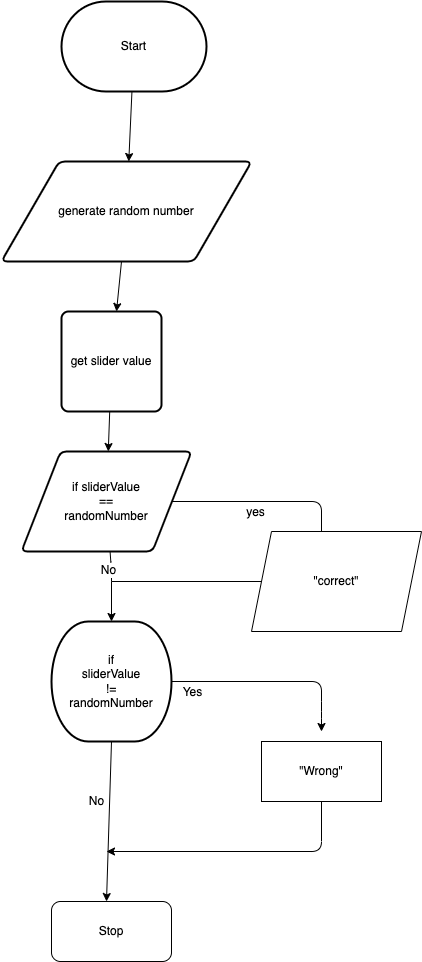
Allen-Li-hub/ICS2O-Unit5-03-HTML keeps this draw.io diagram as design/flow-chart.png. Above is the earlier version. Source tidied: cells renumbered, new cells last; positions are measured from the earlier drawing's top-left corner, leaving out a move shared by most shapes. The source it was exported from:
```xml
<mxGraphModel>
  <root>
    <mxCell id="0" />
    <mxCell id="1" parent="0" />
    <mxCell id="2" style="edgeStyle=none;html=1;" parent="1" edge="1" source="3" target="5">
      <mxGeometry relative="1" as="geometry" />
    </mxCell>
    <mxCell id="3" value="Start" style="strokeWidth=2;html=1;shape=mxgraph.flowchart.terminator;whiteSpace=wrap;" parent="1" vertex="1">
      <mxGeometry x="60" width="145" height="90" as="geometry" />
    </mxCell>
    <mxCell id="4" style="edgeStyle=none;html=1;" parent="1" edge="1" source="5" target="7">
      <mxGeometry relative="1" as="geometry" />
    </mxCell>
    <mxCell id="5" value="generate random number" style="shape=parallelogram;html=1;strokeWidth=2;perimeter=parallelogramPerimeter;whiteSpace=wrap;rounded=1;arcSize=12;size=0.23;" parent="1" vertex="1">
      <mxGeometry y="160" width="250" height="100" as="geometry" />
    </mxCell>
    <mxCell id="6" style="edgeStyle=none;html=1;" parent="1" edge="1" source="7" target="12">
      <mxGeometry relative="1" as="geometry" />
    </mxCell>
    <mxCell id="7" value="get slider value" style="rounded=1;whiteSpace=wrap;html=1;absoluteArcSize=1;arcSize=14;strokeWidth=2;" parent="1" vertex="1">
      <mxGeometry x="60" y="310" width="100" height="100" as="geometry" />
    </mxCell>
    <mxCell id="8" style="edgeStyle=none;html=1;" parent="1" edge="1" source="12" target="17">
      <mxGeometry relative="1" as="geometry">
        <Array as="points">
          <mxPoint x="110" y="570" />
        </Array>
      </mxGeometry>
    </mxCell>
    <mxCell id="9" value="No" style="edgeLabel;html=1;align=center;verticalAlign=middle;" parent="8" vertex="1">
      <mxGeometry x="-0.49" y="-3" relative="1" as="geometry" />
    </mxCell>
    <mxCell id="10" style="edgeStyle=none;html=1;" parent="1" edge="1" source="12">
      <mxGeometry relative="1" as="geometry">
        <mxPoint x="320" y="550" as="targetPoint" />
        <Array as="points">
          <mxPoint x="320" y="500" />
        </Array>
      </mxGeometry>
    </mxCell>
    <mxCell id="11" value="yes" style="edgeLabel;html=1;align=center;verticalAlign=middle;" parent="10" vertex="1">
      <mxGeometry x="0.46" relative="1" as="geometry">
        <mxPoint x="-63" y="10" as="offset" />
      </mxGeometry>
    </mxCell>
    <mxCell id="12" value="if sliderValue&lt;br&gt;==&lt;br&gt;randomNumber" style="shape=parallelogram;html=1;strokeWidth=2;perimeter=parallelogramPerimeter;whiteSpace=wrap;rounded=1;arcSize=12;size=0.23;" parent="1" vertex="1">
      <mxGeometry x="20" y="450" width="170" height="100" as="geometry" />
    </mxCell>
    <mxCell id="13" style="edgeStyle=none;html=1;exitX=1;exitY=0.5;exitDx=0;exitDy=0;exitPerimeter=0;" parent="1" edge="1" source="17">
      <mxGeometry relative="1" as="geometry">
        <mxPoint x="320" y="730" as="targetPoint" />
        <Array as="points">
          <mxPoint x="320" y="680" />
          <mxPoint x="320" y="710" />
        </Array>
      </mxGeometry>
    </mxCell>
    <mxCell id="14" value="Yes" style="edgeLabel;html=1;align=center;verticalAlign=middle;points=[];" parent="13" vertex="1">
      <mxGeometry x="-0.43" y="-1" relative="1" as="geometry">
        <mxPoint x="-37" y="9" as="offset" />
      </mxGeometry>
    </mxCell>
    <mxCell id="15" style="edgeStyle=none;html=1;exitX=0.5;exitY=1;exitDx=0;exitDy=0;exitPerimeter=0;" parent="1" edge="1" source="17">
      <mxGeometry relative="1" as="geometry">
        <mxPoint x="105" y="900" as="targetPoint" />
      </mxGeometry>
    </mxCell>
    <mxCell id="16" value="No" style="edgeLabel;html=1;align=center;verticalAlign=middle;points=[];" parent="15" vertex="1">
      <mxGeometry x="-0.43" relative="1" as="geometry">
        <mxPoint x="-14" y="14" as="offset" />
      </mxGeometry>
    </mxCell>
    <mxCell id="17" value="if&lt;br&gt;sliderValue&lt;br&gt;!=&lt;br&gt;randomNumber" style="strokeWidth=2;html=1;shape=mxgraph.flowchart.terminator;whiteSpace=wrap;" parent="1" vertex="1">
      <mxGeometry x="50" y="620" width="120" height="120" as="geometry" />
    </mxCell>
    <mxCell id="18" value="&quot;correct&quot;" style="shape=parallelogram;perimeter=parallelogramPerimeter;whiteSpace=wrap;html=1;fixedSize=1;" parent="1" vertex="1">
      <mxGeometry x="250" y="530" width="170" height="100" as="geometry" />
    </mxCell>
    <mxCell id="19" style="endArrow=none;html=1;entryX=0;entryY=0.5;entryDx=0;entryDy=0;" parent="1" edge="1" target="18">
      <mxGeometry relative="1" as="geometry">
        <mxPoint x="110" y="580" as="sourcePoint" />
      </mxGeometry>
    </mxCell>
    <mxCell id="20" style="edgeStyle=none;html=1;exitX=0.5;exitY=1;exitDx=0;exitDy=0;" parent="1" edge="1" source="21">
      <mxGeometry relative="1" as="geometry">
        <mxPoint x="105" y="850" as="targetPoint" />
        <Array as="points">
          <mxPoint x="320" y="850" />
        </Array>
      </mxGeometry>
    </mxCell>
    <mxCell id="21" value="&quot;Wrong&quot;" style="rounded=0;whiteSpace=wrap;html=1;" parent="1" vertex="1">
      <mxGeometry x="260" y="740" width="120" height="60" as="geometry" />
    </mxCell>
    <mxCell id="22" value="Stop" style="rounded=1;whiteSpace=wrap;html=1;" parent="1" vertex="1">
      <mxGeometry x="50" y="900" width="120" height="60" as="geometry" />
    </mxCell>
  </root>
</mxGraphModel>
```
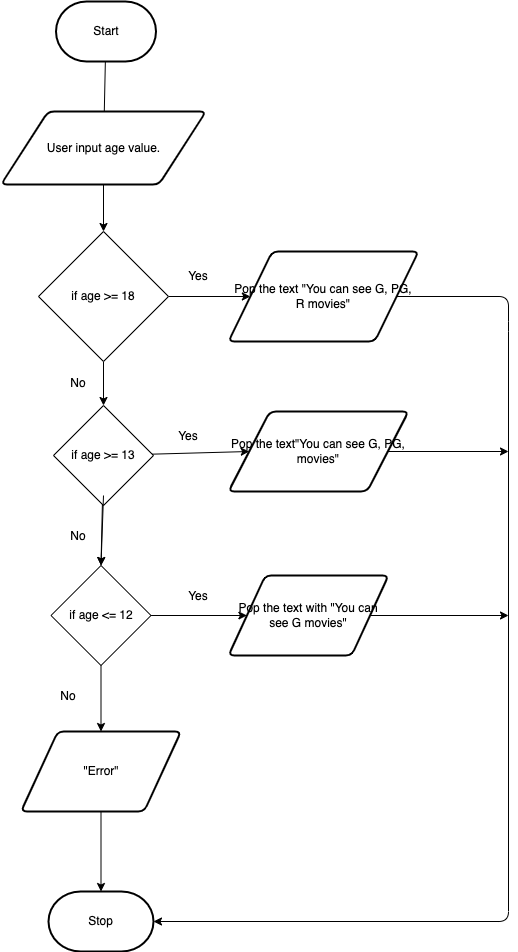
The same diagram one commit later.

The edit, as a diff of the source:
```diff
@@ -2,98 +2,106 @@
   <root>
     <mxCell id="0" />
     <mxCell id="1" parent="0" />
-    <mxCell id="2" style="edgeStyle=none;html=1;" parent="1" edge="1" source="3" target="5">
-      <mxGeometry relative="1" as="geometry" />
+    <mxCell id="2" style="edgeStyle=none;html=1;" parent="1" edge="1" source="3">
+      <mxGeometry relative="1" as="geometry">
+        <mxPoint x="140" y="207" as="targetPoint" />
+      </mxGeometry>
     </mxCell>
     <mxCell id="3" value="Start" style="strokeWidth=2;html=1;shape=mxgraph.flowchart.terminator;whiteSpace=wrap;" parent="1" vertex="1">
-      <mxGeometry x="60" width="145" height="90" as="geometry" />
+      <mxGeometry x="92.5" y="60" width="100" height="60" as="geometry" />
     </mxCell>
-    <mxCell id="4" style="edgeStyle=none;html=1;" parent="1" edge="1" source="5" target="7">
-      <mxGeometry relative="1" as="geometry" />
-    </mxCell>
-    <mxCell id="5" value="generate random number" style="shape=parallelogram;html=1;strokeWidth=2;perimeter=parallelogramPerimeter;whiteSpace=wrap;rounded=1;arcSize=12;size=0.23;" parent="1" vertex="1">
-      <mxGeometry y="160" width="250" height="100" as="geometry" />
-    </mxCell>
-    <mxCell id="6" style="edgeStyle=none;html=1;" parent="1" edge="1" source="7" target="12">
-      <mxGeometry relative="1" as="geometry" />
-    </mxCell>
-    <mxCell id="7" value="get slider value" style="rounded=1;whiteSpace=wrap;html=1;absoluteArcSize=1;arcSize=14;strokeWidth=2;" parent="1" vertex="1">
-      <mxGeometry x="60" y="310" width="100" height="100" as="geometry" />
-    </mxCell>
-    <mxCell id="8" style="edgeStyle=none;html=1;" parent="1" edge="1" source="12" target="17">
-      <mxGeometry relative="1" as="geometry">
-        <Array as="points">
-          <mxPoint x="110" y="570" />
-        </Array>
-      </mxGeometry>
+    <mxCell id="8" style="edgeStyle=none;html=1;startArrow=none;" parent="1" edge="1" source="39" target="17">
+      <mxGeometry relative="1" as="geometry" />
     </mxCell>
-    <mxCell id="9" value="No" style="edgeLabel;html=1;align=center;verticalAlign=middle;" parent="8" vertex="1">
-      <mxGeometry x="-0.49" y="-3" relative="1" as="geometry" />
-    </mxCell>
-    <mxCell id="10" style="edgeStyle=none;html=1;" parent="1" edge="1" source="12">
-      <mxGeometry relative="1" as="geometry">
-        <mxPoint x="320" y="550" as="targetPoint" />
-        <Array as="points">
-          <mxPoint x="320" y="500" />
-        </Array>
-      </mxGeometry>
-    </mxCell>
-    <mxCell id="11" value="yes" style="edgeLabel;html=1;align=center;verticalAlign=middle;" parent="10" vertex="1">
-      <mxGeometry x="0.46" relative="1" as="geometry">
-        <mxPoint x="-63" y="10" as="offset" />
-      </mxGeometry>
-    </mxCell>
-    <mxCell id="12" value="if sliderValue&lt;br&gt;==&lt;br&gt;randomNumber" style="shape=parallelogram;html=1;strokeWidth=2;perimeter=parallelogramPerimeter;whiteSpace=wrap;rounded=1;arcSize=12;size=0.23;" parent="1" vertex="1">
-      <mxGeometry x="20" y="450" width="170" height="100" as="geometry" />
-    </mxCell>
-    <mxCell id="13" style="edgeStyle=none;html=1;exitX=1;exitY=0.5;exitDx=0;exitDy=0;exitPerimeter=0;" parent="1" edge="1" source="17">
-      <mxGeometry relative="1" as="geometry">
-        <mxPoint x="320" y="730" as="targetPoint" />
-        <Array as="points">
-          <mxPoint x="320" y="680" />
-          <mxPoint x="320" y="710" />
-        </Array>
-      </mxGeometry>
-    </mxCell>
-    <mxCell id="14" value="Yes" style="edgeLabel;html=1;align=center;verticalAlign=middle;points=[];" parent="13" vertex="1">
-      <mxGeometry x="-0.43" y="-1" relative="1" as="geometry">
-        <mxPoint x="-37" y="9" as="offset" />
-      </mxGeometry>
-    </mxCell>
-    <mxCell id="15" style="edgeStyle=none;html=1;exitX=0.5;exitY=1;exitDx=0;exitDy=0;exitPerimeter=0;" parent="1" edge="1" source="17">
-      <mxGeometry relative="1" as="geometry">
-        <mxPoint x="105" y="900" as="targetPoint" />
-      </mxGeometry>
-    </mxCell>
-    <mxCell id="16" value="No" style="edgeLabel;html=1;align=center;verticalAlign=middle;points=[];" parent="15" vertex="1">
-      <mxGeometry x="-0.43" relative="1" as="geometry">
-        <mxPoint x="-14" y="14" as="offset" />
-      </mxGeometry>
-    </mxCell>
-    <mxCell id="17" value="if&lt;br&gt;sliderValue&lt;br&gt;!=&lt;br&gt;randomNumber" style="strokeWidth=2;html=1;shape=mxgraph.flowchart.terminator;whiteSpace=wrap;" parent="1" vertex="1">
-      <mxGeometry x="50" y="620" width="120" height="120" as="geometry" />
+    <mxCell id="17" value="Stop" style="strokeWidth=2;html=1;shape=mxgraph.flowchart.terminator;whiteSpace=wrap;" parent="1" vertex="1">
+      <mxGeometry x="85" y="950" width="105" height="60" as="geometry" />
     </mxCell>
+    <mxCell id="23" style="edgeStyle=none;html=1;entryX=0.5;entryY=0;entryDx=0;entryDy=0;" parent="1" edge="1" source="18" target="25">
+      <mxGeometry relative="1" as="geometry" />
+    </mxCell>
-    <mxCell id="18" value="&quot;correct&quot;" style="shape=parallelogram;perimeter=parallelogramPerimeter;whiteSpace=wrap;html=1;fixedSize=1;" parent="1" vertex="1">
-      <mxGeometry x="250" y="530" width="170" height="100" as="geometry" />
+    <mxCell id="18" value="User input age value." style="shape=parallelogram;html=1;strokeWidth=2;perimeter=parallelogramPerimeter;whiteSpace=wrap;rounded=1;arcSize=12;size=0.23;" parent="1" vertex="1">
+      <mxGeometry x="37.5" y="170" width="205" height="73" as="geometry" />
     </mxCell>
-    <mxCell id="19" style="endArrow=none;html=1;entryX=0;entryY=0.5;entryDx=0;entryDy=0;" parent="1" edge="1" target="18">
-      <mxGeometry relative="1" as="geometry">
-        <mxPoint x="110" y="580" as="sourcePoint" />
-      </mxGeometry>
+    <mxCell id="19" style="edgeStyle=none;html=1;entryX=0;entryY=0.5;entryDx=0;entryDy=0;" parent="1" edge="1" source="25" target="27">
+      <mxGeometry relative="1" as="geometry" />
     </mxCell>
+    <mxCell id="24" style="edgeStyle=none;html=1;entryX=0.5;entryY=0;entryDx=0;entryDy=0;" parent="1" edge="1" source="25" target="21">
+      <mxGeometry relative="1" as="geometry" />
+    </mxCell>
+    <mxCell id="25" value="if age &amp;gt;= 18" style="rhombus;whiteSpace=wrap;html=1;" parent="1" vertex="1">
+      <mxGeometry x="75" y="290" width="130" height="130" as="geometry" />
+    </mxCell>
+    <mxCell id="26" style="edgeStyle=none;html=1;entryX=1;entryY=0.5;entryDx=0;entryDy=0;entryPerimeter=0;" parent="1" edge="1" source="27" target="17">
+      <mxGeometry relative="1" as="geometry">
+        <Array as="points">
+          <mxPoint x="545" y="355" />
+          <mxPoint x="545" y="380" />
+          <mxPoint x="545" y="980" />
+        </Array>
+      </mxGeometry>
+    </mxCell>
+    <mxCell id="27" value="Pop the text &quot;You can see G, PG, R movies&quot;" style="shape=parallelogram;html=1;strokeWidth=2;perimeter=parallelogramPerimeter;whiteSpace=wrap;rounded=1;arcSize=12;size=0.23;" parent="1" vertex="1">
+      <mxGeometry x="265" y="310" width="190" height="90" as="geometry" />
+    </mxCell>
+    <mxCell id="13" style="edgeStyle=none;html=1;entryX=0;entryY=0.5;entryDx=0;entryDy=0;" parent="1" edge="1" source="21" target="14">
+      <mxGeometry relative="1" as="geometry" />
+    </mxCell>
+    <mxCell id="28" style="edgeStyle=none;html=1;entryX=0.5;entryY=0;entryDx=0;entryDy=0;" parent="1" edge="1" source="21" target="16">
+      <mxGeometry relative="1" as="geometry" />
+    </mxCell>
+    <mxCell id="21" value="if age &amp;gt;= 13" style="rhombus;whiteSpace=wrap;html=1;" parent="1" vertex="1">
+      <mxGeometry x="90" y="464" width="100" height="100" as="geometry" />
+    </mxCell>
+    <mxCell id="29" style="edgeStyle=none;html=1;" parent="1" edge="1" source="14">
+      <mxGeometry relative="1" as="geometry">
+        <mxPoint x="545" y="510" as="targetPoint" />
+      </mxGeometry>
+    </mxCell>
+    <mxCell id="14" value="Pop the text&quot;You can see G, PG, movies&quot;" style="shape=parallelogram;html=1;strokeWidth=2;perimeter=parallelogramPerimeter;whiteSpace=wrap;rounded=1;arcSize=12;size=0.23;" parent="1" vertex="1">
+      <mxGeometry x="265" y="470" width="180" height="80" as="geometry" />
+    </mxCell>
-    <mxCell id="20" style="edgeStyle=none;html=1;exitX=0.5;exitY=1;exitDx=0;exitDy=0;" parent="1" edge="1" source="21">
-      <mxGeometry relative="1" as="geometry">
-        <mxPoint x="105" y="850" as="targetPoint" />
-        <Array as="points">
-          <mxPoint x="320" y="850" />
-        </Array>
-      </mxGeometry>
+    <mxCell id="20" style="edgeStyle=none;html=1;entryX=0;entryY=0.5;entryDx=0;entryDy=0;" parent="1" edge="1" source="16" target="22">
+      <mxGeometry relative="1" as="geometry" />
     </mxCell>
-    <mxCell id="21" value="&quot;Wrong&quot;" style="rounded=0;whiteSpace=wrap;html=1;" parent="1" vertex="1">
-      <mxGeometry x="260" y="740" width="120" height="60" as="geometry" />
-    </mxCell>
+    <mxCell id="16" value="if age &amp;lt;= 12" style="rhombus;whiteSpace=wrap;html=1;" parent="1" vertex="1">
+      <mxGeometry x="87.5" y="624" width="100" height="100" as="geometry" />
+    </mxCell>
+    <mxCell id="30" style="edgeStyle=none;html=1;" parent="1" edge="1" source="22">
+      <mxGeometry relative="1" as="geometry">
+        <mxPoint x="545" y="674" as="targetPoint" />
+      </mxGeometry>
+    </mxCell>
-    <mxCell id="22" value="Stop" style="rounded=1;whiteSpace=wrap;html=1;" parent="1" vertex="1">
-      <mxGeometry x="50" y="900" width="120" height="60" as="geometry" />
+    <mxCell id="22" value="Pop the text with &quot;You can see G movies&quot;" style="shape=parallelogram;html=1;strokeWidth=2;perimeter=parallelogramPerimeter;whiteSpace=wrap;rounded=1;arcSize=12;size=0.23;" parent="1" vertex="1">
+      <mxGeometry x="265" y="634" width="160" height="80" as="geometry" />
     </mxCell>
+    <mxCell id="31" style="edgeStyle=none;html=1;entryX=0.5;entryY=0;entryDx=0;entryDy=0;" parent="1" edge="1" target="16">
+      <mxGeometry relative="1" as="geometry">
+        <mxPoint x="140" y="554" as="sourcePoint" />
+      </mxGeometry>
+    </mxCell>
+    <mxCell id="32" style="edgeStyle=none;html=1;entryX=0.5;entryY=0;entryDx=0;entryDy=0;exitX=0.5;exitY=1;exitDx=0;exitDy=0;" parent="1" edge="1" source="16" target="39">
+      <mxGeometry relative="1" as="geometry" />
+    </mxCell>
+    <mxCell id="33" value="Yes" style="text;html=1;strokeColor=none;fillColor=none;align=center;verticalAlign=middle;whiteSpace=wrap;rounded=0;" parent="1" vertex="1">
+      <mxGeometry x="205" y="320" width="60" height="30" as="geometry" />
+    </mxCell>
+    <mxCell id="34" value="Yes" style="text;html=1;strokeColor=none;fillColor=none;align=center;verticalAlign=middle;whiteSpace=wrap;rounded=0;" parent="1" vertex="1">
+      <mxGeometry x="195" y="480" width="60" height="30" as="geometry" />
+    </mxCell>
+    <mxCell id="35" value="Yes" style="text;html=1;strokeColor=none;fillColor=none;align=center;verticalAlign=middle;whiteSpace=wrap;rounded=0;" parent="1" vertex="1">
+      <mxGeometry x="205" y="640" width="60" height="30" as="geometry" />
+    </mxCell>
+    <mxCell id="36" value="No" style="text;html=1;strokeColor=none;fillColor=none;align=center;verticalAlign=middle;whiteSpace=wrap;rounded=0;" parent="1" vertex="1">
+      <mxGeometry x="85" y="580" width="60" height="30" as="geometry" />
+    </mxCell>
+    <mxCell id="37" value="No" style="text;html=1;strokeColor=none;fillColor=none;align=center;verticalAlign=middle;whiteSpace=wrap;rounded=0;" parent="1" vertex="1">
+      <mxGeometry x="75" y="740" width="60" height="30" as="geometry" />
+    </mxCell>
+    <mxCell id="38" value="No" style="text;html=1;strokeColor=none;fillColor=none;align=center;verticalAlign=middle;whiteSpace=wrap;rounded=0;" parent="1" vertex="1">
+      <mxGeometry x="85" y="420" width="60" height="44" as="geometry" />
+    </mxCell>
+    <mxCell id="39" value="&quot;Error&quot;" style="shape=parallelogram;html=1;strokeWidth=2;perimeter=parallelogramPerimeter;whiteSpace=wrap;rounded=1;arcSize=12;size=0.23;" parent="1" vertex="1">
+      <mxGeometry x="57.5" y="790" width="160" height="80" as="geometry" />
+    </mxCell>
   </root>
 </mxGraphModel>
```
